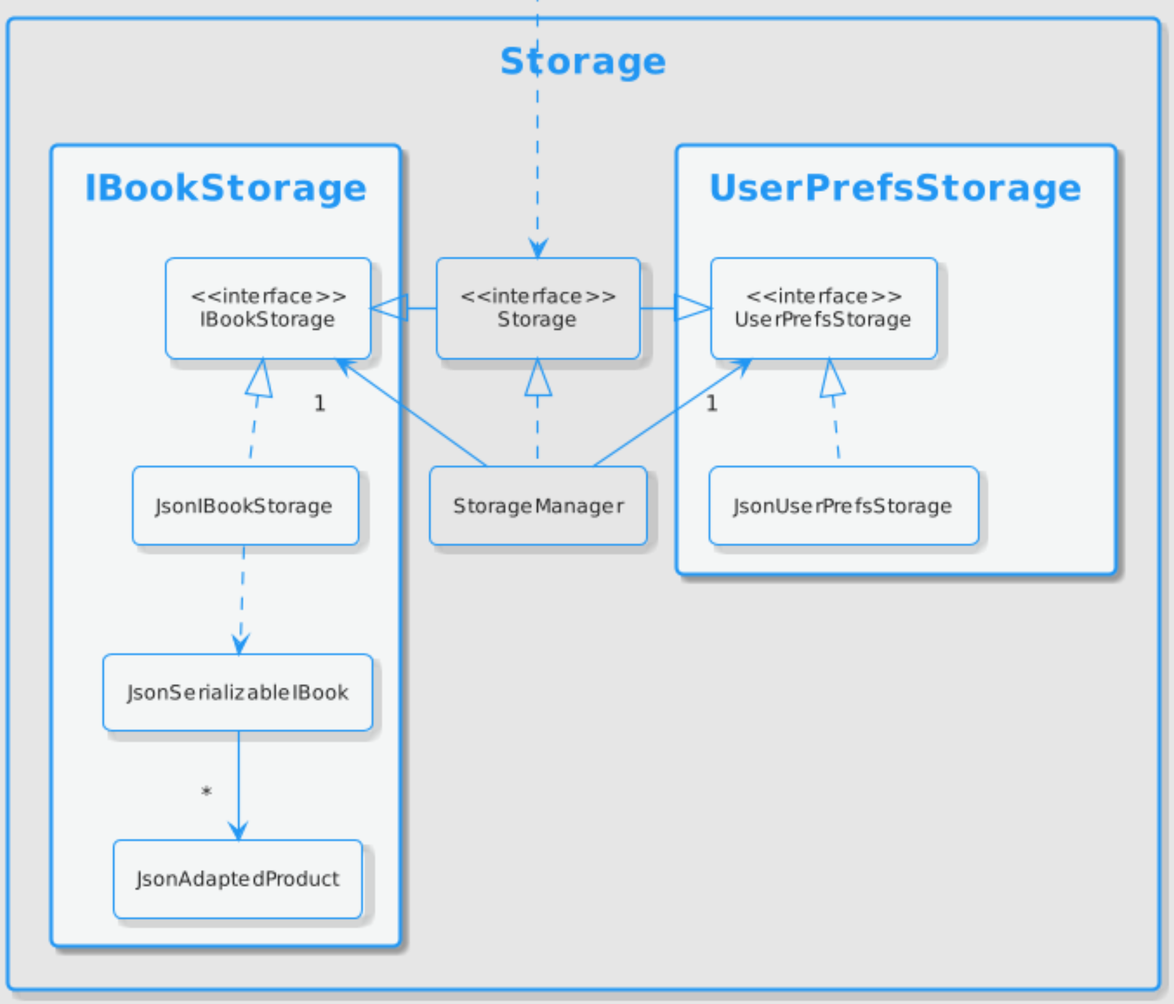
nus-cs2103-AY2122S2/tp keeps this PlantUML diagram as docs/images/StorageClassDiagram.png. Above is the earlier version. Its source is kept beside it as docs/diagrams/StorageClassDiagram.puml.
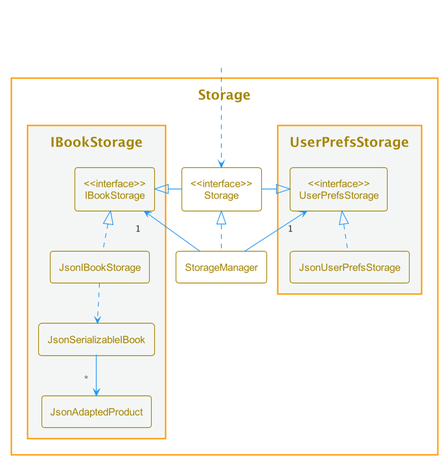
Later version of the same file.

What changed in the source:
```diff
@@ -1,7 +1,17 @@
 @startuml
 !include style.puml
-!theme materia-outline
-skinparam arrowThickness 1.1
+
+!$theme_color = STORAGE_COLOR
+
+skinparam TitleFontColor $theme_color
+skinparam Class {
+    FontColor $theme_color
+    StereotypeFontColor $theme_color
+    BorderColor $theme_color
+    FontColor<<Hidden>> #FFFFFF
+    StereotypeFontColor<<Hidden>> #FFFFFF
+    BorderColor<<Hidden>> #FFFFFF
+}
 
 package Storage{
 
```
